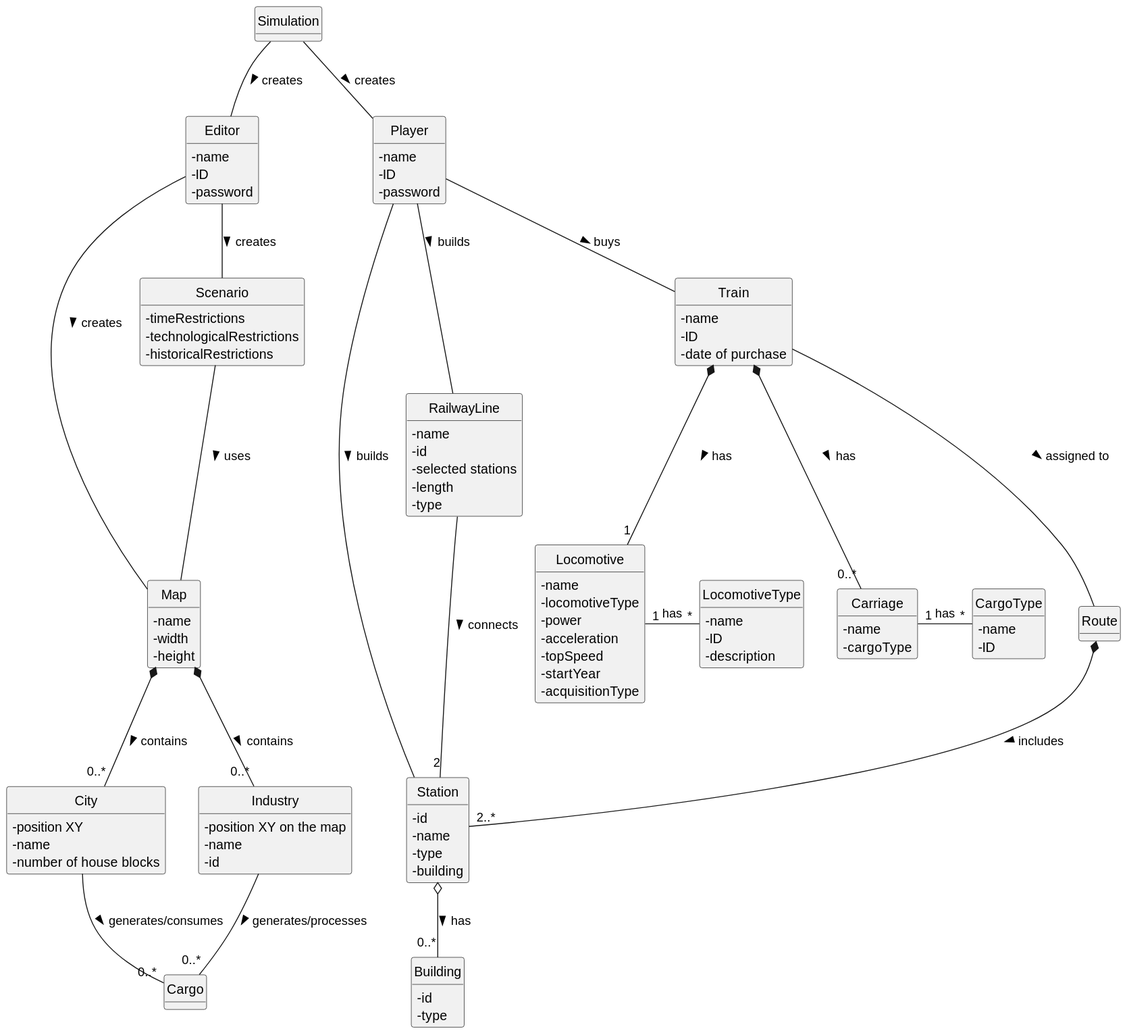
This is docs/sprint1/global-artifacts/02.analysis/svg/project-domain-model.svg from ivasduarte/all-aboard, a PlantUML export, as it was before one commit.
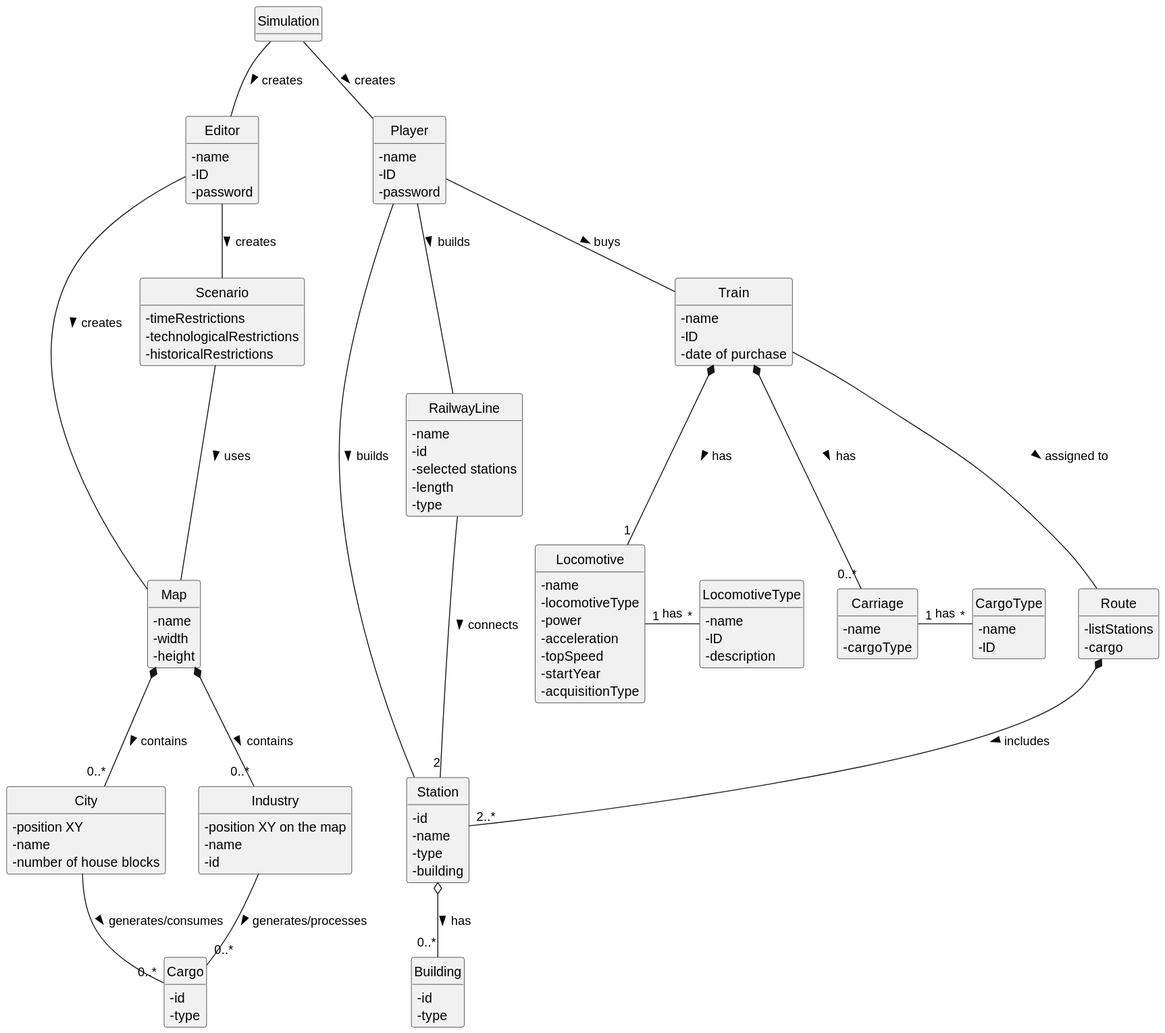
The same diagram one commit later.

Commit message:
(docs): updated project domain model

What changed in the source:
```diff
@@ -59,8 +59,14 @@
 }
 
 class Cargo{
+- id
+    - type
 }
 
+class Route{
+- listStations
+- cargo
+}
 class RailwayLine{
 - name
     - id
```
